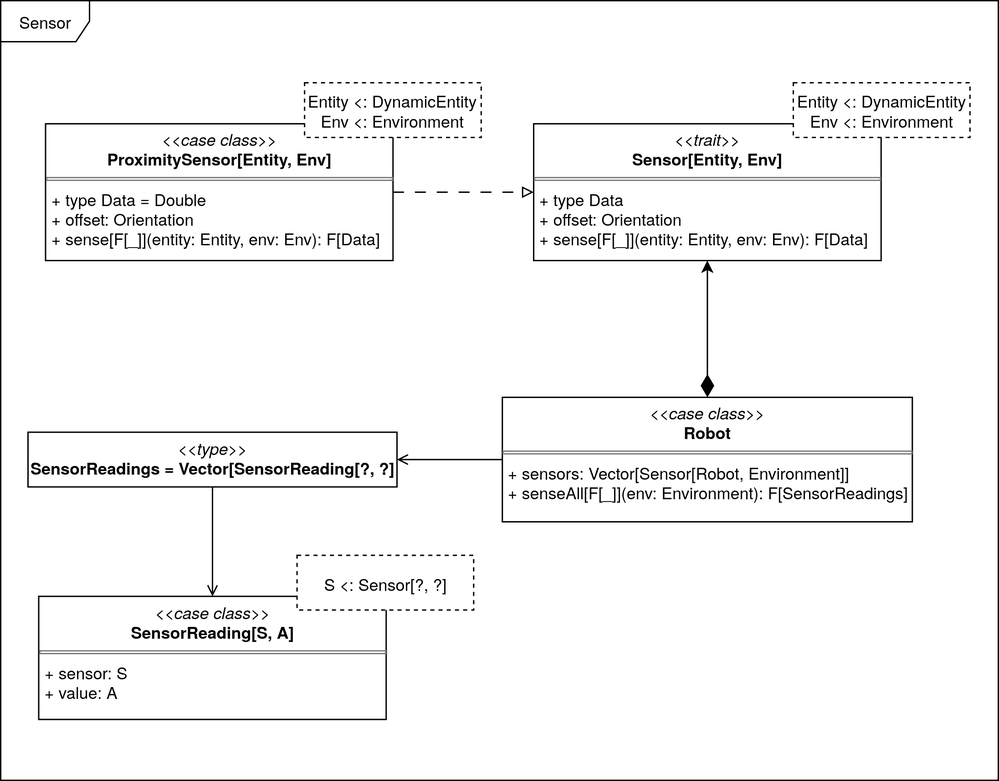
This is docs/static/img/04-detailed-design/sensor.png from Scala-Robotics-Simulator/PPS-22-srs, a draw.io export, as it was before one commit. Source tidied: cells renumbered, new cells last; positions are measured from the earlier drawing's top-left corner, leaving out a move shared by most shapes.
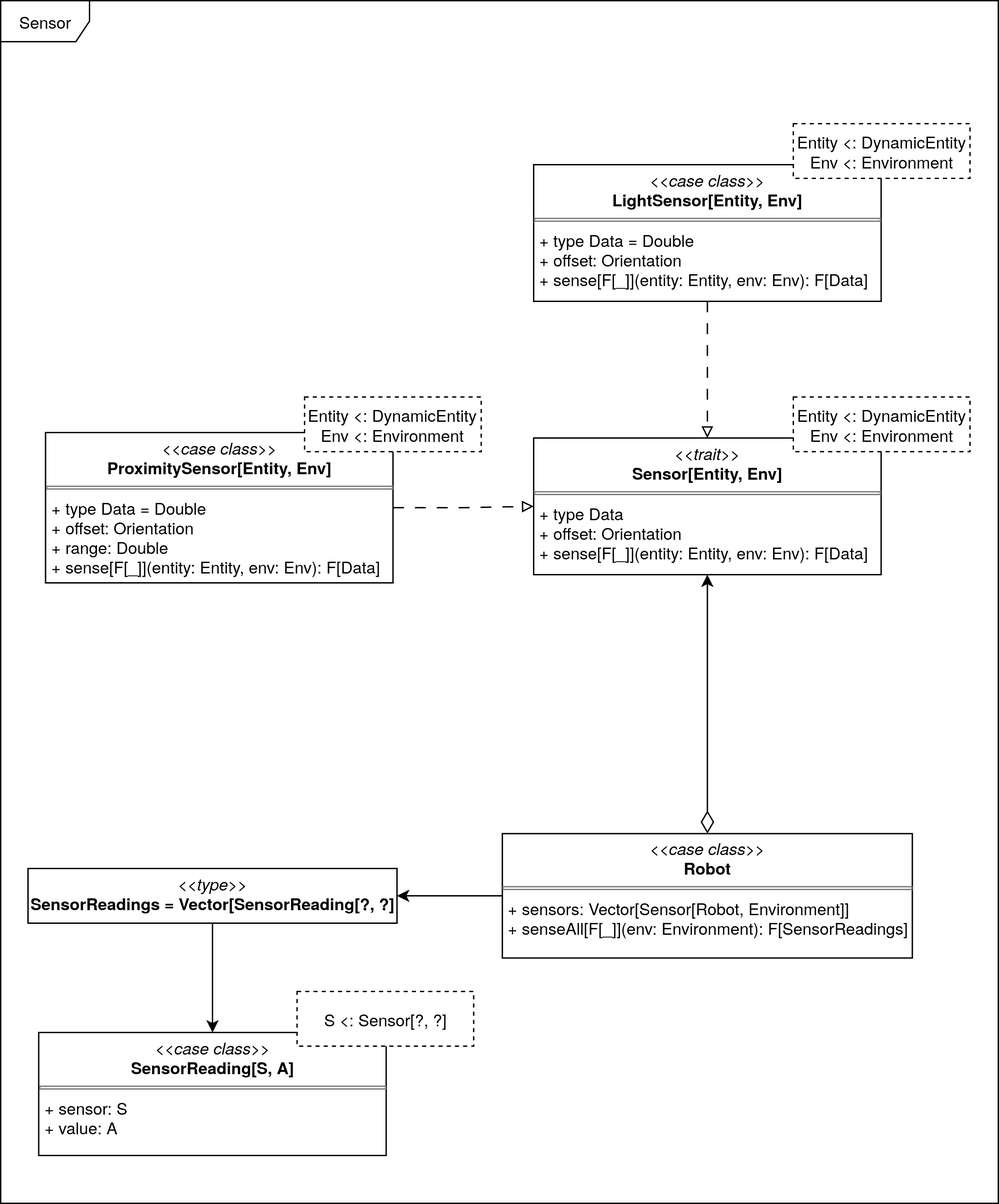
Above is the later version.

What changed in the source:
```diff
@@ -3,43 +3,52 @@
     <mxCell id="0" />
     <mxCell id="1" parent="0" />
     <mxCell id="2" value="&lt;div&gt;Sensor&lt;/div&gt;" style="shape=umlFrame;whiteSpace=wrap;html=1;width=65;height=30;fillStyle=solid;shadow=0;fillColor=default;" parent="1" vertex="1">
-      <mxGeometry width="730" height="570" as="geometry" />
+      <mxGeometry width="730" height="880" as="geometry" />
     </mxCell>
     <mxCell id="3" value="&lt;p style=&quot;margin:0px;margin-top:4px;text-align:center;&quot;&gt;&lt;i&gt;&amp;lt;&amp;lt;trait&amp;gt;&amp;gt;&lt;br&gt;&lt;/i&gt;&lt;b&gt;Sensor[Entity, Env]&lt;/b&gt;&lt;/p&gt;&lt;hr size=&quot;1&quot; style=&quot;border-style:solid;&quot;&gt;&lt;p style=&quot;margin:0px;margin-left:4px;&quot;&gt;&lt;/p&gt;&lt;p style=&quot;margin:0px;margin-left:4px;&quot;&gt;+ type Data&lt;/p&gt;&lt;p style=&quot;margin:0px;margin-left:4px;&quot;&gt;+ offset: Orientation&lt;/p&gt;&lt;p style=&quot;margin:0px;margin-left:4px;&quot;&gt;+ sense[F[_]](entity: Entity, env: Env): F[Data]&lt;/p&gt;" style="verticalAlign=top;align=left;overflow=fill;html=1;whiteSpace=wrap;" parent="1" vertex="1">
-      <mxGeometry x="390" y="90" width="254.2" height="100" as="geometry" />
+      <mxGeometry x="390" y="320" width="254.2" height="100" as="geometry" />
     </mxCell>
     <mxCell id="4" value="&lt;div&gt;Entity &amp;lt;: DynamicEntity&lt;/div&gt;Env &amp;lt;: Environment" style="rounded=0;whiteSpace=wrap;html=1;dashed=1;" parent="1" vertex="1">
-      <mxGeometry x="580" y="60" width="129.2" height="40" as="geometry" />
+      <mxGeometry x="580" y="290" width="129.2" height="40" as="geometry" />
     </mxCell>
     <mxCell id="5" value="&lt;p style=&quot;margin:0px;margin-top:4px;text-align:center;&quot;&gt;&lt;i&gt;&amp;lt;&amp;lt;case class&amp;gt;&amp;gt;&lt;br&gt;&lt;/i&gt;&lt;b&gt;SensorReading[S, A]&lt;/b&gt;&lt;/p&gt;&lt;hr size=&quot;1&quot; style=&quot;border-style:solid;&quot;&gt;&lt;p style=&quot;margin:0px;margin-left:4px;&quot;&gt;&lt;/p&gt;&lt;p style=&quot;margin:0px;margin-left:4px;&quot;&gt;+ sensor: S&lt;/p&gt;&lt;p style=&quot;margin:0px;margin-left:4px;&quot;&gt;+ value: A&lt;/p&gt;" style="verticalAlign=top;align=left;overflow=fill;html=1;whiteSpace=wrap;" parent="1" vertex="1">
-      <mxGeometry x="27.9" y="435.5" width="254.2" height="90" as="geometry" />
+      <mxGeometry x="27.9" y="755" width="254.2" height="90" as="geometry" />
     </mxCell>
     <mxCell id="6" value="S &amp;lt;: Sensor[?, ?]" style="rounded=0;whiteSpace=wrap;html=1;dashed=1;" parent="1" vertex="1">
-      <mxGeometry x="216.9" y="405.5" width="129.2" height="40" as="geometry" />
+      <mxGeometry x="216.9" y="725" width="129.2" height="40" as="geometry" />
     </mxCell>
-    <mxCell id="7" style="edgeStyle=orthogonalEdgeStyle;rounded=0;jettySize=auto;html=1;entryX=0.5;entryY=0;entryDx=0;entryDy=0;endArrow=open;endFill=0;" parent="1" edge="1" source="8" target="5">
+    <mxCell id="7" style="edgeStyle=orthogonalEdgeStyle;rounded=0;jettySize=auto;html=1;entryX=0.5;entryY=0;entryDx=0;entryDy=0;endArrow=classic;endFill=1;" parent="1" edge="1" source="8" target="5">
       <mxGeometry relative="1" as="geometry" />
     </mxCell>
     <mxCell id="8" value="&lt;p style=&quot;margin:0px;margin-top:4px;text-align:center;&quot;&gt;&lt;i&gt;&amp;lt;&amp;lt;type&amp;gt;&amp;gt;&lt;br&gt;&lt;/i&gt;&lt;b&gt;SensorReadings = Vector[SensorReading[?, ?]&lt;/b&gt;&lt;/p&gt;" style="verticalAlign=top;align=left;overflow=fill;html=1;whiteSpace=wrap;" parent="1" vertex="1">
-      <mxGeometry x="20" y="315.5" width="270" height="40" as="geometry" />
+      <mxGeometry x="20" y="635" width="270" height="40" as="geometry" />
     </mxCell>
     <mxCell id="9" style="edgeStyle=orthogonalEdgeStyle;rounded=0;jettySize=auto;html=1;entryX=0;entryY=0.5;entryDx=0;entryDy=0;endArrow=block;endFill=0;dashed=1;dashPattern=8 8;" parent="1" edge="1" source="10" target="3">
       <mxGeometry relative="1" as="geometry" />
     </mxCell>
-    <mxCell id="10" value="&lt;p style=&quot;margin:0px;margin-top:4px;text-align:center;&quot;&gt;&lt;i&gt;&amp;lt;&amp;lt;case class&amp;gt;&amp;gt;&lt;br&gt;&lt;/i&gt;&lt;b&gt;ProximitySensor[Entity, Env]&lt;/b&gt;&lt;/p&gt;&lt;hr size=&quot;1&quot; style=&quot;border-style:solid;&quot;&gt;&lt;p style=&quot;margin:0px;margin-left:4px;&quot;&gt;&lt;/p&gt;&lt;p style=&quot;margin:0px;margin-left:4px;&quot;&gt;+ type Data = Double&lt;/p&gt;&lt;p style=&quot;margin:0px;margin-left:4px;&quot;&gt;+ offset: Orientation&lt;/p&gt;&lt;p style=&quot;margin:0px;margin-left:4px;&quot;&gt;+ sense[F[_]](entity: Entity, env: Env): F[Data]&lt;/p&gt;" style="verticalAlign=top;align=left;overflow=fill;html=1;whiteSpace=wrap;" parent="1" vertex="1">
-      <mxGeometry x="32.9" y="90" width="254.2" height="100" as="geometry" />
+    <mxCell id="10" value="&lt;p style=&quot;margin:0px;margin-top:4px;text-align:center;&quot;&gt;&lt;i&gt;&amp;lt;&amp;lt;case class&amp;gt;&amp;gt;&lt;br&gt;&lt;/i&gt;&lt;b&gt;ProximitySensor[Entity, Env]&lt;/b&gt;&lt;/p&gt;&lt;hr size=&quot;1&quot; style=&quot;border-style:solid;&quot;&gt;&lt;p style=&quot;margin:0px;margin-left:4px;&quot;&gt;&lt;/p&gt;&lt;p style=&quot;margin:0px;margin-left:4px;&quot;&gt;+ type Data = Double&lt;/p&gt;&lt;p style=&quot;margin:0px;margin-left:4px;&quot;&gt;+ offset: Orientation&lt;/p&gt;&lt;p style=&quot;margin:0px;margin-left:4px;&quot;&gt;+ range: Double&lt;/p&gt;&lt;p style=&quot;margin:0px;margin-left:4px;&quot;&gt;+ sense[F[_]](entity: Entity, env: Env): F[Data]&lt;/p&gt;" style="verticalAlign=top;align=left;overflow=fill;html=1;whiteSpace=wrap;" parent="1" vertex="1">
+      <mxGeometry x="32.9" y="316" width="254.2" height="110" as="geometry" />
     </mxCell>
     <mxCell id="11" value="&lt;div&gt;Entity &amp;lt;: DynamicEntity&lt;/div&gt;Env &amp;lt;: Environment" style="rounded=0;whiteSpace=wrap;html=1;dashed=1;" parent="1" vertex="1">
-      <mxGeometry x="222.4" y="60" width="129.2" height="40" as="geometry" />
+      <mxGeometry x="222.4" y="290" width="129.2" height="40" as="geometry" />
     </mxCell>
-    <mxCell id="12" style="edgeStyle=orthogonalEdgeStyle;rounded=0;jettySize=auto;html=1;entryX=1;entryY=0.5;entryDx=0;entryDy=0;endArrow=open;endFill=0;" parent="1" edge="1" source="13" target="8">
+    <mxCell id="12" style="edgeStyle=orthogonalEdgeStyle;rounded=0;jettySize=auto;html=1;entryX=1;entryY=0.5;entryDx=0;entryDy=0;endArrow=classic;endFill=1;" parent="1" edge="1" source="13" target="8">
       <mxGeometry relative="1" as="geometry" />
     </mxCell>
     <mxCell id="13" value="&lt;p style=&quot;margin:0px;margin-top:4px;text-align:center;&quot;&gt;&lt;i&gt;&amp;lt;&amp;lt;case class&amp;gt;&amp;gt;&lt;br&gt;&lt;/i&gt;&lt;b&gt;Robot&lt;/b&gt;&lt;/p&gt;&lt;hr size=&quot;1&quot; style=&quot;border-style:solid;&quot;&gt;&lt;p style=&quot;margin:0px;margin-left:4px;&quot;&gt;&lt;/p&gt;&lt;p style=&quot;margin:0px;margin-left:4px;&quot;&gt;+ sensors: Vector[Sensor[Robot, Environment]]&lt;/p&gt;&lt;p style=&quot;margin:0px;margin-left:4px;&quot;&gt;+ senseAll[F[_]](env: Environment): F[SensorReadings]&lt;/p&gt;" style="verticalAlign=top;align=left;overflow=fill;html=1;whiteSpace=wrap;" parent="1" vertex="1">
-      <mxGeometry x="367.1" y="290" width="300" height="91" as="geometry" />
+      <mxGeometry x="367.1" y="609.5" width="300" height="91" as="geometry" />
     </mxCell>
-    <mxCell id="14" style="endArrow=classic;html=1;endSize=6;startArrow=diamondThin;startSize=14;startFill=1;align=left;verticalAlign=bottom;rounded=0;exitX=0.5;exitY=0;exitDx=0;exitDy=0;entryX=0.5;entryY=1;entryDx=0;entryDy=0;endFill=1;" parent="1" edge="1" source="13" target="3">
+    <mxCell id="14" style="endArrow=classic;html=1;endSize=6;startArrow=diamondThin;startSize=14;startFill=0;align=left;verticalAlign=bottom;rounded=0;exitX=0.5;exitY=0;exitDx=0;exitDy=0;entryX=0.5;entryY=1;entryDx=0;entryDy=0;endFill=1;" parent="1" edge="1" source="13" target="3">
       <mxGeometry relative="1" as="geometry" />
     </mxCell>
+    <mxCell id="15" value="&lt;p style=&quot;margin:0px;margin-top:4px;text-align:center;&quot;&gt;&lt;i&gt;&amp;lt;&amp;lt;case class&amp;gt;&amp;gt;&lt;br&gt;&lt;/i&gt;&lt;b&gt;LightSensor[Entity, Env]&lt;/b&gt;&lt;/p&gt;&lt;hr size=&quot;1&quot; style=&quot;border-style:solid;&quot;&gt;&lt;p style=&quot;margin:0px;margin-left:4px;&quot;&gt;&lt;/p&gt;&lt;p style=&quot;margin:0px;margin-left:4px;&quot;&gt;+ type Data = Double&lt;/p&gt;&lt;p style=&quot;margin:0px;margin-left:4px;&quot;&gt;+ offset: Orientation&lt;/p&gt;&lt;p style=&quot;margin:0px;margin-left:4px;&quot;&gt;+ sense[F[_]](entity: Entity, env: Env): F[Data]&lt;/p&gt;" style="verticalAlign=top;align=left;overflow=fill;html=1;whiteSpace=wrap;" parent="1" vertex="1">
+      <mxGeometry x="390" y="120" width="254.2" height="100" as="geometry" />
+    </mxCell>
+    <mxCell id="16" value="&lt;div&gt;Entity &amp;lt;: DynamicEntity&lt;/div&gt;Env &amp;lt;: Environment" style="rounded=0;whiteSpace=wrap;html=1;dashed=1;" parent="1" vertex="1">
+      <mxGeometry x="580" y="90" width="129.2" height="40" as="geometry" />
+    </mxCell>
+    <mxCell id="17" style="edgeStyle=orthogonalEdgeStyle;rounded=0;jettySize=auto;html=1;entryX=0.5;entryY=0;entryDx=0;entryDy=0;endArrow=block;endFill=0;dashed=1;dashPattern=8 8;exitX=0.5;exitY=1;exitDx=0;exitDy=0;" parent="1" edge="1" source="15" target="3">
+      <mxGeometry relative="1" as="geometry" />
+    </mxCell>
   </root>
 </mxGraphModel>
```
